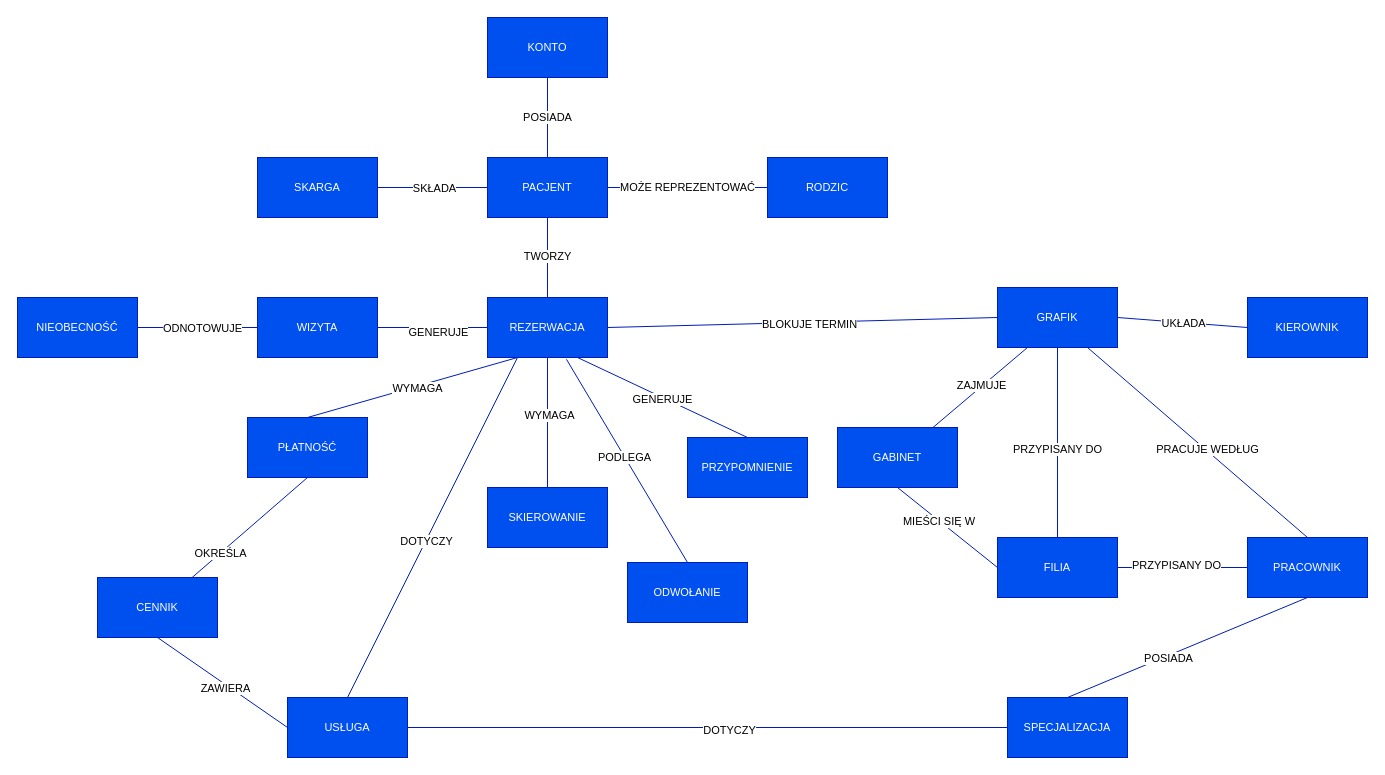
Earlier version of the draw.io diagram page "Strona-1" (1 of 2) of ERD_eRejestracja_Anna_Dębińska.drawio (s105885/LAB1_BAZY_DANYCH). Source tidied: cells renumbered, new cells numbered last; positions are measured from the earlier drawing's top-left corner, leaving out a move shared by most shapes. Both pictures are drawn from the tidied source at 100%, with x=0, y=0 at pixel (17, 17).
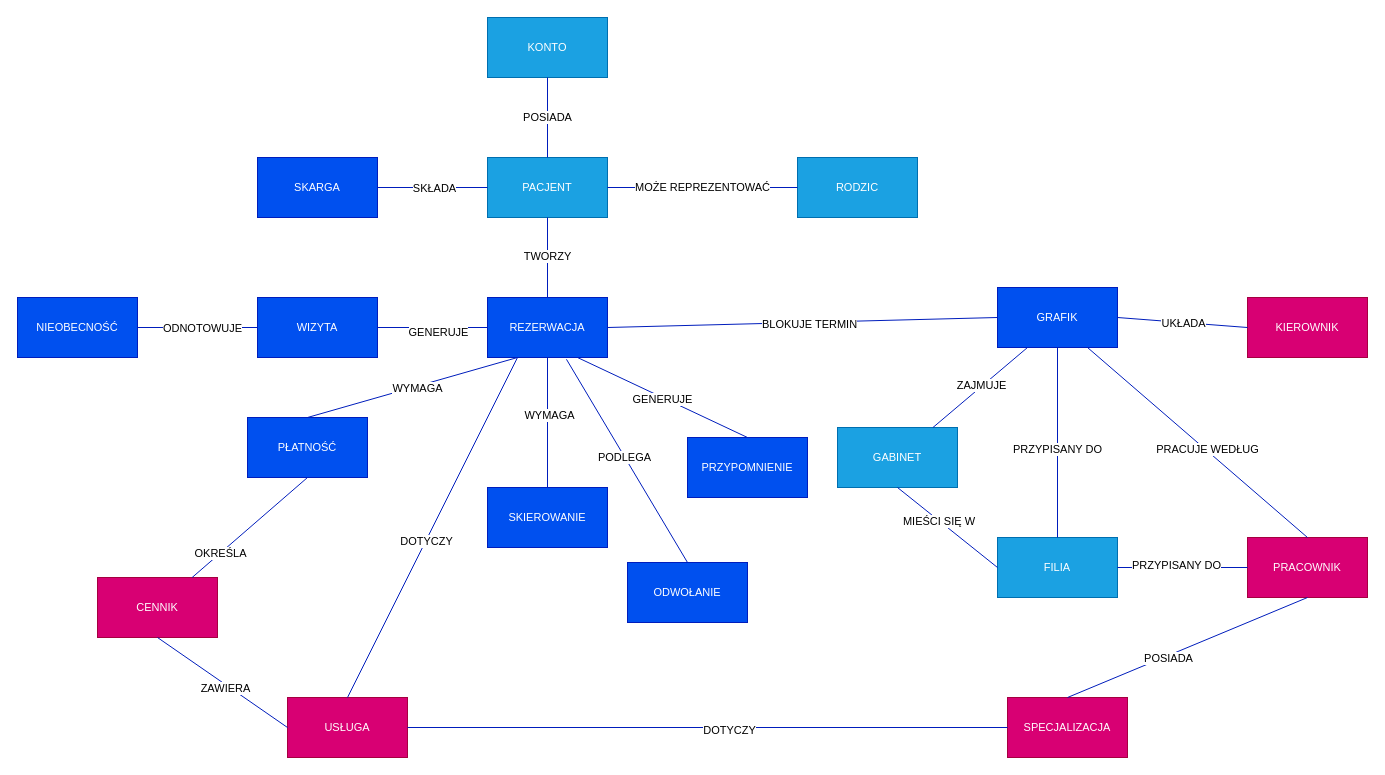
The same diagram, later.

Change to the diagram source:
```diff
@@
-    <mxCell id="2" value="&lt;font style=&quot;font-size: 11px;&quot;&gt;PACJENT&lt;/font&gt;" style="rounded=0;whiteSpace=wrap;html=1;fillColor=#0050ef;fontColor=#ffffff;strokeColor=#001DBC;" parent="1" vertex="1">
+    <mxCell id="2" value="&lt;font style=&quot;font-size: 11px;&quot;&gt;PACJENT&lt;/font&gt;" style="rounded=0;whiteSpace=wrap;html=1;fillColor=#1ba1e2;fontColor=#ffffff;strokeColor=#006EAF;" parent="1" vertex="1">
       <mxGeometry x="470" y="140" width="120" height="60" as="geometry" />
     </mxCell>
@@
-    <mxCell id="4" value="&lt;span style=&quot;font-size: 11px;&quot;&gt;RODZIC&lt;/span&gt;" style="rounded=0;whiteSpace=wrap;html=1;fillColor=#0050ef;fontColor=#ffffff;strokeColor=#001DBC;" parent="1" vertex="1">
-      <mxGeometry x="750" y="140" width="120" height="60" as="geometry" />
+    <mxCell id="4" value="&lt;span style=&quot;font-size: 11px;&quot;&gt;RODZIC&lt;/span&gt;" style="rounded=0;whiteSpace=wrap;html=1;fillColor=#1ba1e2;fontColor=#ffffff;strokeColor=#006EAF;" parent="1" vertex="1">
+      <mxGeometry x="780" y="140" width="120" height="60" as="geometry" />
     </mxCell>
@@
-    <mxCell id="6" value="&lt;span style=&quot;font-size: 11px;&quot;&gt;KONTO&lt;/span&gt;" style="rounded=0;whiteSpace=wrap;html=1;fillColor=#0050ef;fontColor=#ffffff;strokeColor=#001DBC;" parent="1" vertex="1">
+    <mxCell id="6" value="&lt;span style=&quot;font-size: 11px;&quot;&gt;KONTO&lt;/span&gt;" style="rounded=0;whiteSpace=wrap;html=1;fillColor=#1ba1e2;fontColor=#ffffff;strokeColor=#006EAF;" parent="1" vertex="1">
       <mxGeometry x="470" width="120" height="60" as="geometry" />
     </mxCell>
@@
-    <mxCell id="11" value="&lt;span style=&quot;font-size: 11px;&quot;&gt;KIEROWNIK&lt;/span&gt;" style="rounded=0;whiteSpace=wrap;html=1;fillColor=#0050ef;fontColor=#ffffff;strokeColor=#001DBC;" parent="1" vertex="1">
+    <mxCell id="11" value="&lt;span style=&quot;font-size: 11px;&quot;&gt;KIEROWNIK&lt;/span&gt;" style="rounded=0;whiteSpace=wrap;html=1;fillColor=#d80073;fontColor=#ffffff;strokeColor=#A50040;" parent="1" vertex="1">
       <mxGeometry x="1230" y="280" width="120" height="60" as="geometry" />
     </mxCell>
@@
-    <mxCell id="13" value="&lt;span style=&quot;font-size: 11px;&quot;&gt;GABINET&lt;/span&gt;" style="rounded=0;whiteSpace=wrap;html=1;fillColor=#0050ef;fontColor=#ffffff;strokeColor=#001DBC;" parent="1" vertex="1">
+    <mxCell id="13" value="&lt;span style=&quot;font-size: 11px;&quot;&gt;GABINET&lt;/span&gt;" style="rounded=0;whiteSpace=wrap;html=1;fillColor=#1ba1e2;fontColor=#ffffff;strokeColor=#006EAF;" parent="1" vertex="1">
       <mxGeometry x="820" y="410" width="120" height="60" as="geometry" />
     </mxCell>
@@
-    <mxCell id="16" value="&lt;span style=&quot;font-size: 11px;&quot;&gt;PRACOWNIK&lt;/span&gt;" style="rounded=0;whiteSpace=wrap;html=1;fillColor=#0050ef;fontColor=#ffffff;strokeColor=#001DBC;" parent="1" vertex="1">
+    <mxCell id="16" value="&lt;span style=&quot;font-size: 11px;&quot;&gt;PRACOWNIK&lt;/span&gt;" style="rounded=0;whiteSpace=wrap;html=1;fillColor=#d80073;fontColor=#ffffff;strokeColor=#A50040;" parent="1" vertex="1">
       <mxGeometry x="1230" y="520" width="120" height="60" as="geometry" />
     </mxCell>
-    <mxCell id="17" value="&lt;span style=&quot;font-size: 11px;&quot;&gt;FILIA&lt;/span&gt;" style="rounded=0;whiteSpace=wrap;html=1;fillColor=#0050ef;fontColor=#ffffff;strokeColor=#001DBC;" parent="1" vertex="1">
+    <mxCell id="17" value="&lt;span style=&quot;font-size: 11px;&quot;&gt;FILIA&lt;/span&gt;" style="rounded=0;whiteSpace=wrap;html=1;fillColor=#1ba1e2;fontColor=#ffffff;strokeColor=#006EAF;" parent="1" vertex="1">
       <mxGeometry x="980" y="520" width="120" height="60" as="geometry" />
     </mxCell>
-    <mxCell id="18" value="&lt;span style=&quot;font-size: 11px;&quot;&gt;SPECJALIZACJA&lt;/span&gt;" style="rounded=0;whiteSpace=wrap;html=1;fillColor=#0050ef;fontColor=#ffffff;strokeColor=#001DBC;" parent="1" vertex="1">
+    <mxCell id="18" value="&lt;span style=&quot;font-size: 11px;&quot;&gt;SPECJALIZACJA&lt;/span&gt;" style="rounded=0;whiteSpace=wrap;html=1;fillColor=#d80073;fontColor=#ffffff;strokeColor=#A50040;" parent="1" vertex="1">
       <mxGeometry x="990" y="680" width="120" height="60" as="geometry" />
     </mxCell>
-    <mxCell id="19" value="&lt;span style=&quot;font-size: 11px;&quot;&gt;USŁUGA&lt;/span&gt;" style="rounded=0;whiteSpace=wrap;html=1;fillColor=#0050ef;fontColor=#ffffff;strokeColor=#001DBC;" parent="1" vertex="1">
+    <mxCell id="19" value="&lt;span style=&quot;font-size: 11px;&quot;&gt;USŁUGA&lt;/span&gt;" style="rounded=0;whiteSpace=wrap;html=1;fillColor=#d80073;fontColor=#ffffff;strokeColor=#A50040;" parent="1" vertex="1">
       <mxGeometry x="270" y="680" width="120" height="60" as="geometry" />
     </mxCell>
-    <mxCell id="20" value="&lt;span style=&quot;font-size: 11px;&quot;&gt;CENNIK&lt;/span&gt;" style="rounded=0;whiteSpace=wrap;html=1;fillColor=#0050ef;fontColor=#ffffff;strokeColor=#001DBC;" parent="1" vertex="1">
+    <mxCell id="20" value="&lt;span style=&quot;font-size: 11px;&quot;&gt;CENNIK&lt;/span&gt;" style="rounded=0;whiteSpace=wrap;html=1;fillColor=#d80073;fontColor=#ffffff;strokeColor=#A50040;" parent="1" vertex="1">
       <mxGeometry x="80" y="560" width="120" height="60" as="geometry" />
     </mxCell>
```
